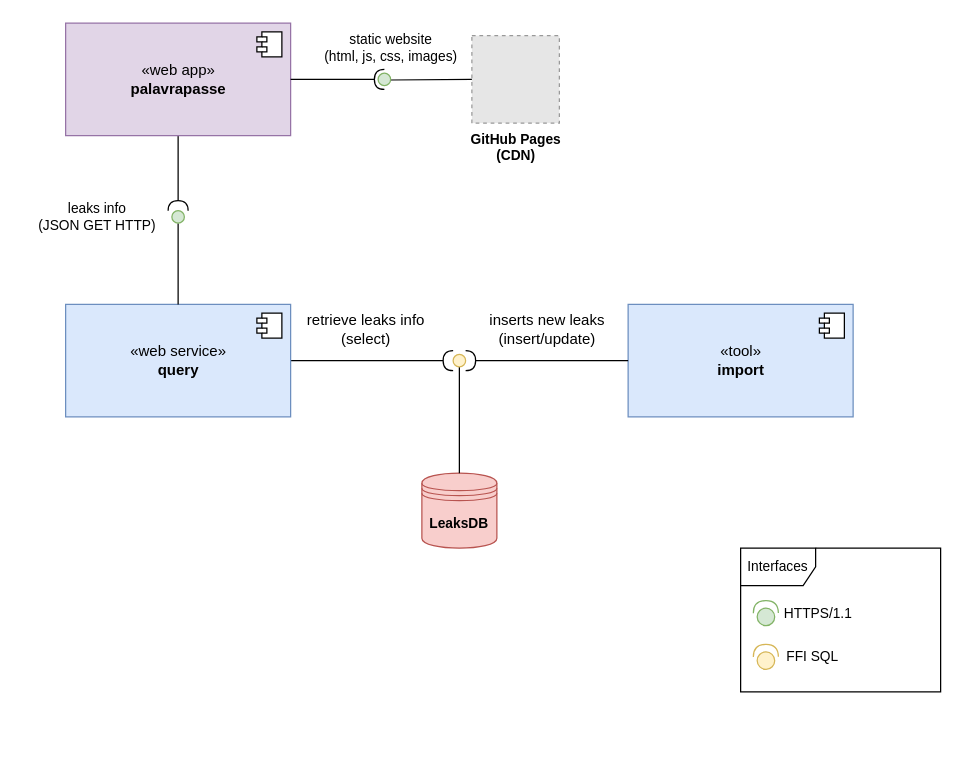
Earlier version of the draw.io diagram core/src/003-system-communication.drawio (palavrapasse/docs). Source tidied: cells renumbered, new cells numbered last; positions are measured from the earlier drawing's top-left corner, leaving out a move shared by most shapes. Both pictures are drawn from the tidied source at 125%, with x=0, y=0 at pixel (21, 22). Pictures stored in the file or linked from it are replaced by grey dashed boxes.
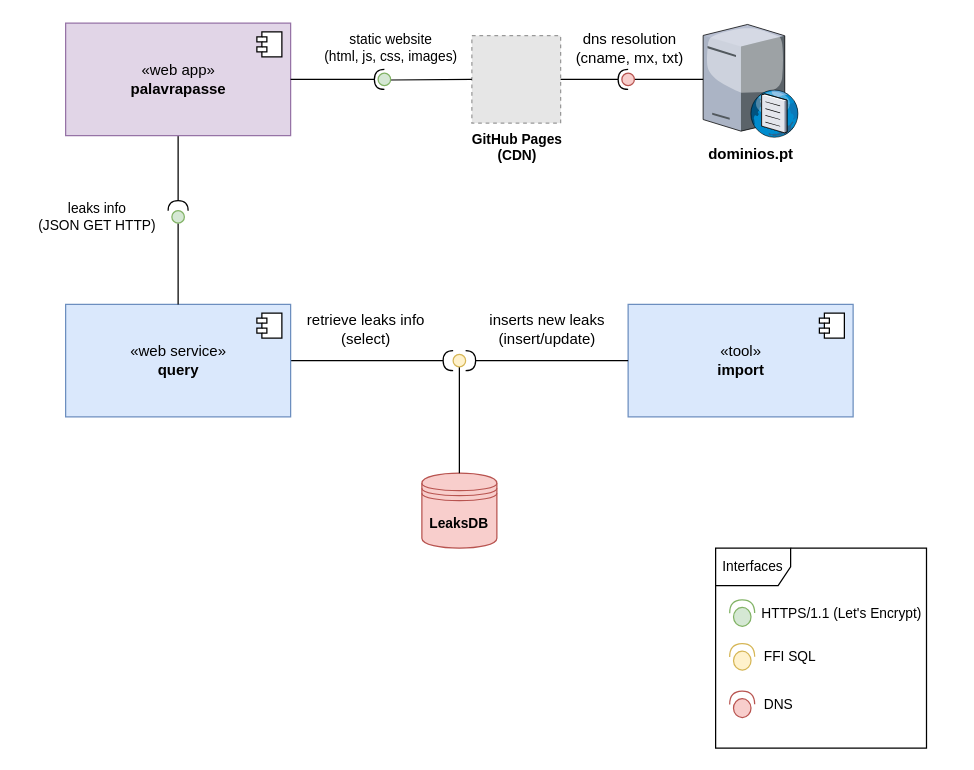
The same diagram, later.

Commit message (it also covers changes not shown here):
include dominios.pt for DNS resolution configuration

What changed in the source:
```diff
@@
     <mxCell id="18" value="&lt;b&gt;GitHub Pages&lt;br&gt;(CDN)&lt;/b&gt;" style="fillColor=#E6E6E6;strokeColor=#999999;dashed=1;html=1;verticalAlign=top;verticalLabelPosition=bottom;labelBackgroundColor=#ffffff;fontSize=11;" parent="1" vertex="1">
-      <mxGeometry x="360" y="10" width="70" height="70" as="geometry" />
+      <mxGeometry x="360" y="10" width="71" height="70" as="geometry" />
     </mxCell>
@@
     <mxCell id="24" style="group;" parent="1" vertex="1">
-      <mxGeometry x="575" y="420" width="160" height="115" as="geometry" />
+      <mxGeometry x="555" y="420" width="190" height="160" as="geometry" />
     </mxCell>
     <mxCell id="25" value="Interfaces" style="shape=umlFrame;whiteSpace=wrap;html=1;strokeColor=default;fontSize=11;" parent="24" vertex="1">
-      <mxGeometry width="160" height="115" as="geometry" />
+      <mxGeometry width="168.7" height="160" as="geometry" />
     </mxCell>
     <mxCell id="26" style="group;" parent="24" vertex="1">
-      <mxGeometry x="10" y="37" width="100.2" height="30" as="geometry" />
+      <mxGeometry x="10.5" y="37" width="179.5" height="30" as="geometry" />
     </mxCell>
     <mxCell id="27" style="shape=providedRequiredInterface;html=1;verticalLabelPosition=bottom;sketch=0;strokeColor=#82b366;fontSize=11;rotation=-91;fillColor=#d5e8d4;" parent="26" vertex="1">
-      <mxGeometry x="0.2" y="5" width="20" height="20" as="geometry" />
+      <mxGeometry x="0.2" y="5" width="21.1" height="20" as="geometry" />
     </mxCell>
-    <mxCell id="28" value="&amp;nbsp;HTTPS/1.1" style="text;html=1;align=left;verticalAlign=middle;strokeColor=none;fillColor=none;fontSize=11;" parent="26" vertex="1">
-      <mxGeometry x="20.2" width="80" height="30" as="geometry" />
+    <mxCell id="28" value="&amp;nbsp;HTTPS/1.1 (Let's Encrypt)" style="text;html=1;align=left;verticalAlign=middle;strokeColor=none;fillColor=none;fontSize=11;" parent="26" vertex="1">
+      <mxGeometry x="21.3" width="150" height="30" as="geometry" />
     </mxCell>
     <mxCell id="29" style="group;" parent="24" vertex="1">
-      <mxGeometry x="10" y="72" width="100.2" height="30" as="geometry" />
+      <mxGeometry x="10.5" y="72" width="105.6" height="30" as="geometry" />
     </mxCell>
     <mxCell id="30" style="shape=providedRequiredInterface;html=1;verticalLabelPosition=bottom;sketch=0;strokeColor=#d6b656;fontSize=11;rotation=-91;fillColor=#fff2cc;" parent="29" vertex="1">
-      <mxGeometry x="0.2" y="5" width="20" height="20" as="geometry" />
+      <mxGeometry x="0.2" y="5" width="21.1" height="20" as="geometry" />
     </mxCell>
     <mxCell id="31" value="FFI SQL" style="text;html=1;align=left;verticalAlign=middle;strokeColor=none;fillColor=none;fontSize=11;" parent="29" vertex="1">
-      <mxGeometry x="25.2" width="70" height="30" as="geometry" />
+      <mxGeometry x="26.5" width="70" height="30" as="geometry" />
     </mxCell>
+    <mxCell id="32" style="group;" parent="24" vertex="1">
+      <mxGeometry x="10.5" y="110" width="105.6" height="30" as="geometry" />
+    </mxCell>
+    <mxCell id="33" style="shape=providedRequiredInterface;html=1;verticalLabelPosition=bottom;sketch=0;strokeColor=#b85450;fontSize=11;rotation=-91;fillColor=#f8cecc;" parent="32" vertex="1">
+      <mxGeometry x="0.2" y="5" width="21.1" height="20" as="geometry" />
+    </mxCell>
+    <mxCell id="34" value="DNS" style="text;html=1;align=left;verticalAlign=middle;strokeColor=none;fillColor=none;fontSize=11;" parent="32" vertex="1">
+      <mxGeometry x="26.5" width="50" height="30" as="geometry" />
+    </mxCell>
+    <mxCell id="35" value="&lt;b&gt;dominios.pt&lt;/b&gt;" style="verticalLabelPosition=bottom;sketch=0;html=1;verticalAlign=top;strokeColor=none;align=center;outlineConnect=0;shape=mxgraph.citrix.dns_server;" parent="1" vertex="1">
+      <mxGeometry x="545" y="-1.2" width="76.5" height="92.5" as="geometry" />
+    </mxCell>
+    <mxCell id="36" style="rounded=0;jettySize=auto;html=1;endArrow=none;endFill=0;sketch=0;sourcePerimeterSpacing=0;targetPerimeterSpacing=0;" parent="1" edge="1" source="35" target="38">
+      <mxGeometry relative="1" as="geometry" />
+    </mxCell>
+    <mxCell id="37" style="rounded=0;jettySize=auto;html=1;endArrow=halfCircle;endFill=0;entryX=0.5;entryY=0.5;endSize=6;strokeWidth=1;sketch=0;exitX=1;exitY=0.5;exitDx=0;exitDy=0;" parent="1" edge="1" source="18" target="38">
+      <mxGeometry relative="1" as="geometry" />
+    </mxCell>
+    <mxCell id="38" style="ellipse;whiteSpace=wrap;html=1;align=center;points=[];outlineConnect=0;sketch=0;fillColor=#f8cecc;strokeColor=#b85450;" parent="1" vertex="1">
+      <mxGeometry x="480" y="40" width="10" height="10" as="geometry" />
+    </mxCell>
+    <mxCell id="39" value="dns resolution&lt;br&gt;(cname, mx, txt)" style="text;html=1;align=center;verticalAlign=middle;strokeColor=none;fillColor=none;" parent="1" vertex="1">
+      <mxGeometry x="431" width="110" height="40" as="geometry" />
+    </mxCell>
```
